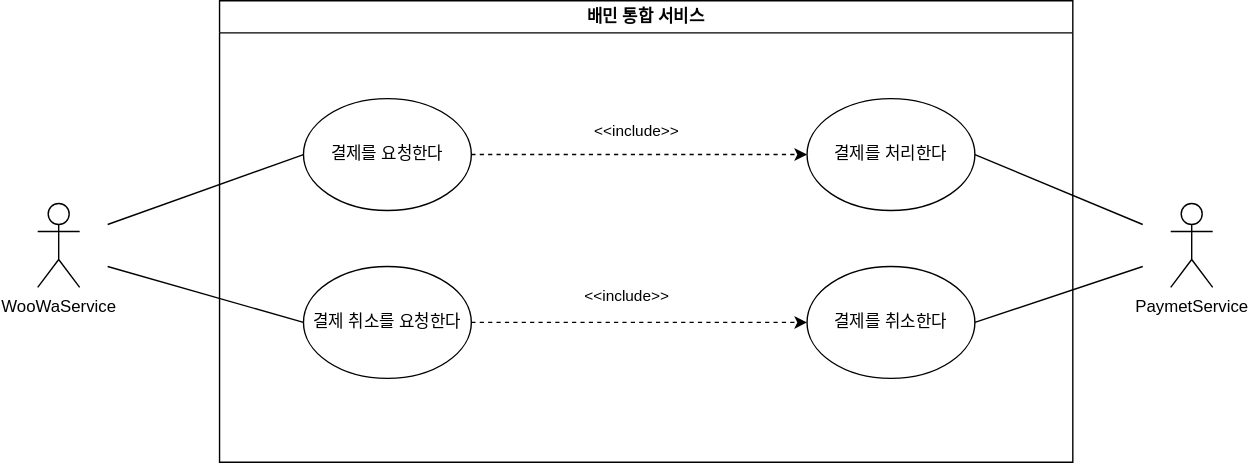
Before: documents/InceptionPhase/img/payment_system_usecase.svg, a diagram exported from draw.io (dldyou/UnifiedWoowaService). Source tidied: cells renumbered, new cells last; positions are measured from the earlier drawing's top-left corner, leaving out a move shared by most shapes.
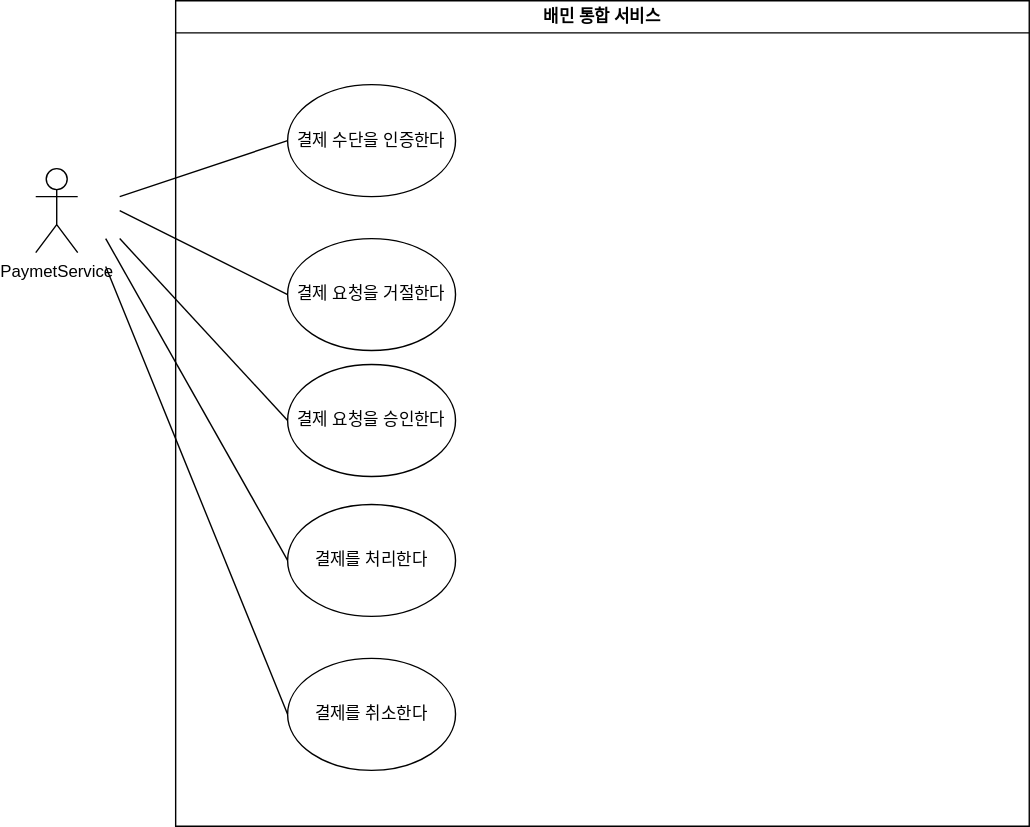
After the commit.

Commit message:
결제 서비스 수정

The edit, as a diff of the source:
```diff
@@ -2,60 +2,51 @@
   <root>
     <mxCell id="0" />
     <mxCell id="1" parent="0" />
-    <mxCell id="2" value="배민 통합 서비스" style="swimlane;whiteSpace=wrap;html=1;" parent="1" vertex="1">
-      <mxGeometry x="130" width="610" height="330" as="geometry" />
+    <mxCell id="2" value="배민 통합 서비스" style="swimlane;whiteSpace=wrap;html=1;direction=east;flipV=0;flipH=1;" parent="1" vertex="1">
+      <mxGeometry x="130" width="610" height="590" as="geometry" />
     </mxCell>
-    <mxCell id="3" style="rounded=0;jettySize=auto;html=1;exitX=1;exitY=0.5;exitDx=0;exitDy=0;entryX=0;entryY=0.5;entryDx=0;entryDy=0;dashed=1;" parent="2" edge="1" source="4" target="10">
-      <mxGeometry relative="1" as="geometry" />
-    </mxCell>
-    <mxCell id="4" value="결제 취소를 요청한다" style="ellipse;whiteSpace=wrap;html=1;" parent="2" vertex="1">
-      <mxGeometry x="60" y="190" width="120" height="80" as="geometry" />
-    </mxCell>
-    <mxCell id="5" style="rounded=0;jettySize=auto;html=1;exitX=1;exitY=0.5;exitDx=0;exitDy=0;entryX=0;entryY=0.5;entryDx=0;entryDy=0;dashed=1;" parent="2" edge="1" source="6" target="9">
-      <mxGeometry relative="1" as="geometry" />
-    </mxCell>
-    <mxCell id="6" value="결제를 요청한다" style="ellipse;whiteSpace=wrap;html=1;" parent="2" vertex="1">
-      <mxGeometry x="60" y="70" width="120" height="80" as="geometry" />
-    </mxCell>
-    <mxCell id="7" value="&amp;lt;&amp;lt;include&amp;gt;&amp;gt;" style="edgeLabel;html=1;align=center;verticalAlign=middle;" parent="2" vertex="1">
-      <mxGeometry x="290" y="210" as="geometry" />
-    </mxCell>
-    <mxCell id="8" value="&amp;lt;&amp;lt;include&amp;gt;&amp;gt;" style="edgeLabel;html=1;align=center;verticalAlign=middle;" parent="2" vertex="1">
-      <mxGeometry x="305" y="110" as="geometry">
-        <mxPoint x="-8" y="-18" as="offset" />
-      </mxGeometry>
-    </mxCell>
-    <mxCell id="9" value="결제를 처리한다" style="ellipse;whiteSpace=wrap;html=1;" parent="2" vertex="1">
-      <mxGeometry x="420" y="70" width="120" height="80" as="geometry" />
+    <mxCell id="9" value="결제를 처리한다" style="ellipse;whiteSpace=wrap;html=1;direction=east;" parent="2" vertex="1">
+      <mxGeometry x="80" y="360" width="120" height="80" as="geometry" />
     </mxCell>
-    <mxCell id="10" value="결제를 취소한다" style="ellipse;whiteSpace=wrap;html=1;" parent="2" vertex="1">
-      <mxGeometry x="420" y="190" width="120" height="80" as="geometry" />
+    <mxCell id="10" value="결제를 취소한다" style="ellipse;whiteSpace=wrap;html=1;direction=east;" parent="2" vertex="1">
+      <mxGeometry x="80" y="470" width="120" height="80" as="geometry" />
     </mxCell>
-    <mxCell id="11" style="rounded=0;jettySize=auto;html=1;entryX=1;entryY=0.5;entryDx=0;entryDy=0;endArrow=none;endFill=0;" parent="2" edge="1" target="9">
+    <mxCell id="11" style="rounded=0;jettySize=auto;html=1;entryX=0;entryY=0.5;entryDx=0;entryDy=0;endArrow=none;endFill=0;exitX=1;exitY=0.5;exitDx=0;exitDy=0;" parent="2" edge="1" target="9">
       <mxGeometry relative="1" as="geometry">
-        <mxPoint x="660" y="160" as="sourcePoint" />
+        <mxPoint x="-50" y="170" as="sourcePoint" />
       </mxGeometry>
     </mxCell>
-    <mxCell id="12" style="rounded=0;jettySize=auto;html=1;entryX=1;entryY=0.5;entryDx=0;entryDy=0;endArrow=none;endFill=0;" parent="2" edge="1" target="10">
+    <mxCell id="12" style="rounded=0;jettySize=auto;html=1;entryX=0;entryY=0.5;entryDx=0;entryDy=0;endArrow=none;endFill=0;exitX=1;exitY=0.5;exitDx=0;exitDy=0;" parent="2" edge="1" target="10">
       <mxGeometry relative="1" as="geometry">
-        <mxPoint x="660" y="190" as="sourcePoint" />
+        <mxPoint x="-50" y="190" as="sourcePoint" />
       </mxGeometry>
     </mxCell>
+    <mxCell id="17" value="결제 요청을 승인한다" style="ellipse;whiteSpace=wrap;html=1;direction=east;" parent="2" vertex="1">
+      <mxGeometry x="80" y="260" width="120" height="80" as="geometry" />
+    </mxCell>
+    <mxCell id="18" value="결제 요청을 거절한다" style="ellipse;whiteSpace=wrap;html=1;direction=east;" parent="2" vertex="1">
+      <mxGeometry x="80" y="170" width="120" height="80" as="geometry" />
+    </mxCell>
+    <mxCell id="19" value="결제 수단을 인증한다" style="ellipse;whiteSpace=wrap;html=1;direction=east;" parent="2" vertex="1">
+      <mxGeometry x="80" y="60" width="120" height="80" as="geometry" />
+    </mxCell>
+    <mxCell id="20" style="rounded=0;jettySize=auto;html=1;entryX=0;entryY=0.5;entryDx=0;entryDy=0;endArrow=none;endFill=0;exitX=1;exitY=0.5;exitDx=0;exitDy=0;" parent="2" edge="1" target="18">
+      <mxGeometry relative="1" as="geometry">
+        <mxPoint x="-40" y="150" as="sourcePoint" />
+      </mxGeometry>
+    </mxCell>
+    <mxCell id="21" style="rounded=0;jettySize=auto;html=1;entryX=0;entryY=0.5;entryDx=0;entryDy=0;endArrow=none;endFill=0;exitX=1;exitY=0.5;exitDx=0;exitDy=0;" parent="2" edge="1" target="17">
+      <mxGeometry relative="1" as="geometry">
+        <mxPoint x="-40" y="170" as="sourcePoint" />
+      </mxGeometry>
+    </mxCell>
+    <mxCell id="22" style="rounded=0;jettySize=auto;html=1;entryX=0;entryY=0.5;entryDx=0;entryDy=0;endArrow=none;endFill=0;exitX=1;exitY=0.5;exitDx=0;exitDy=0;" parent="2" edge="1" target="19">
+      <mxGeometry relative="1" as="geometry">
+        <mxPoint x="-40" y="140" as="sourcePoint" />
+      </mxGeometry>
+    </mxCell>
-    <mxCell id="13" value="PaymetService" style="shape=umlActor;verticalLabelPosition=bottom;verticalAlign=top;html=1;" parent="1" vertex="1">
-      <mxGeometry x="810" y="145" width="30" height="60" as="geometry" />
+    <mxCell id="13" value="PaymetService" style="shape=umlActor;verticalLabelPosition=bottom;verticalAlign=top;html=1;direction=east;flipV=0;flipH=1;" parent="1" vertex="1">
+      <mxGeometry x="30" y="120" width="30" height="60" as="geometry" />
     </mxCell>
-    <mxCell id="14" style="rounded=0;jettySize=auto;html=1;entryX=0;entryY=0.5;entryDx=0;entryDy=0;endArrow=none;endFill=0;" parent="1" edge="1" target="6">
-      <mxGeometry relative="1" as="geometry">
-        <mxPoint x="50" y="160" as="sourcePoint" />
-      </mxGeometry>
-    </mxCell>
-    <mxCell id="15" style="rounded=0;jettySize=auto;html=1;entryX=0;entryY=0.5;entryDx=0;entryDy=0;endArrow=none;endFill=0;strokeWidth=1;" parent="1" edge="1" target="4">
-      <mxGeometry relative="1" as="geometry">
-        <mxPoint x="50" y="190" as="sourcePoint" />
-      </mxGeometry>
-    </mxCell>
-    <mxCell id="16" value="WooWaService&lt;div&gt;&lt;br&gt;&lt;/div&gt;" style="shape=umlActor;verticalLabelPosition=bottom;verticalAlign=top;html=1;" parent="1" vertex="1">
-      <mxGeometry y="145" width="30" height="60" as="geometry" />
-    </mxCell>
   </root>
 </mxGraphModel>
```
